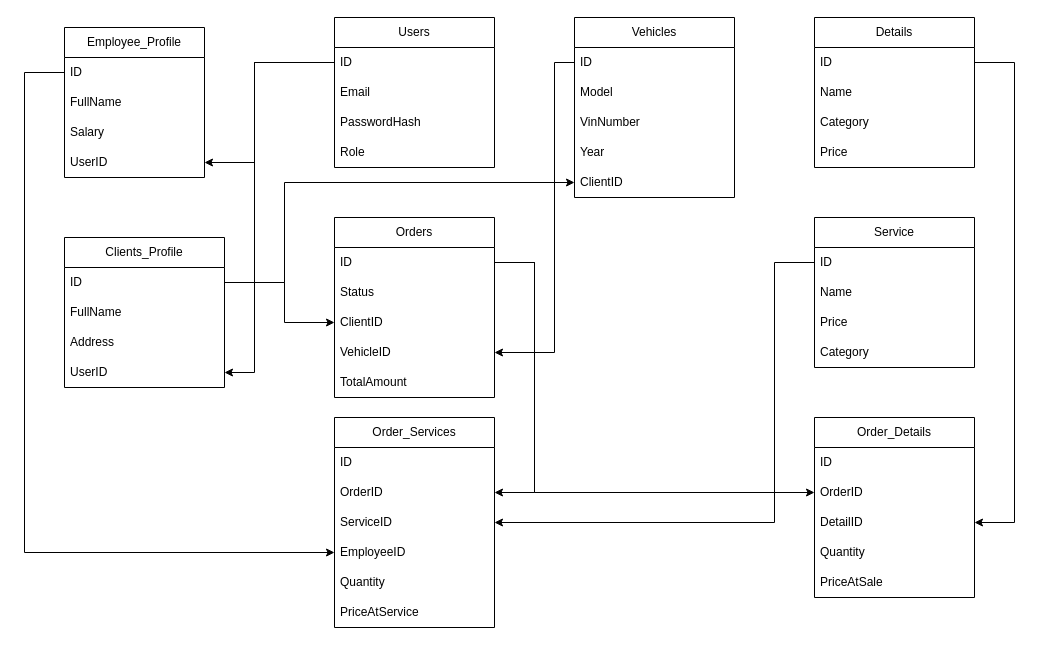
Ilya22865/AutoService keeps this draw.io diagram as DatabaseDiagram.drawio. Above is the earlier version. Source tidied: cells renumbered, new cells numbered last; positions are measured from the earlier drawing's top-left corner, leaving out a move shared by most shapes. Both pictures are drawn from the tidied source at 100%, with x=0, y=0 at pixel (24, 17).
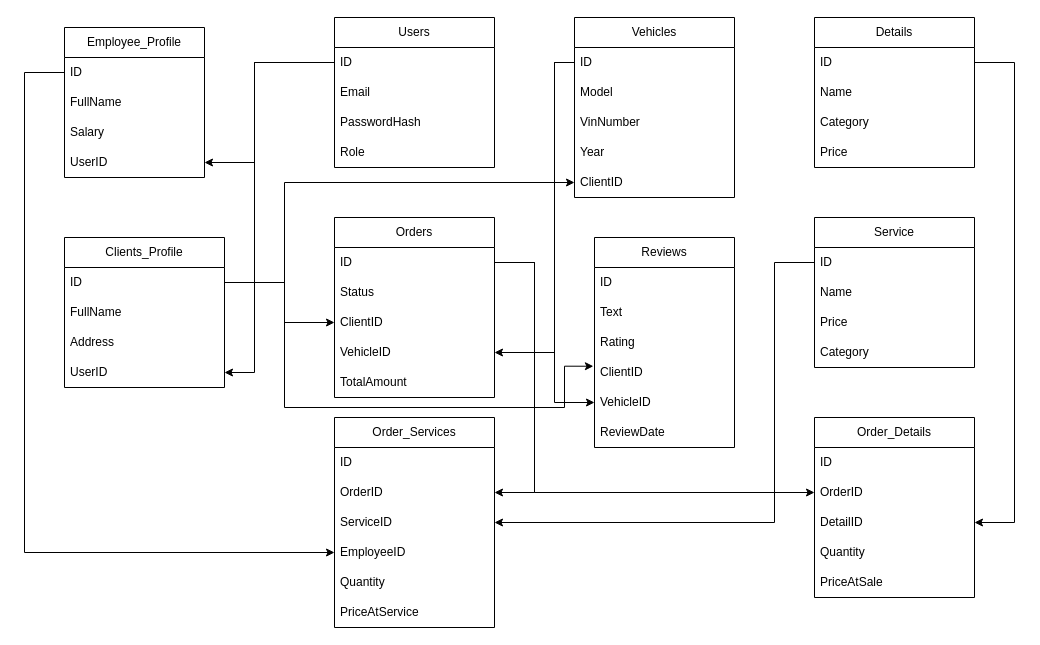
The same page after the edit.

The change refers to these unchanged cells:
```xml
<mxCell id="25" value="ID" style="text;strokeColor=none;fillColor=none;align=left;verticalAlign=middle;spacingLeft=4;spacingRight=4;overflow=hidden;points=[[0,0.5],[1,0.5]];portConstraint=eastwest;whiteSpace=wrap;html=1;" parent="24" vertex="1">
  <mxGeometry y="30" width="160" height="30" as="geometry" />
</mxCell>
<mxCell id="32" value="ID" style="text;strokeColor=none;fillColor=none;align=left;verticalAlign=middle;spacingLeft=4;spacingRight=4;overflow=hidden;points=[[0,0.5],[1,0.5]];portConstraint=eastwest;whiteSpace=wrap;html=1;" parent="31" vertex="1">
  <mxGeometry y="30" width="160" height="30" as="geometry" />
</mxCell>
```

Change to the diagram source:
```diff
@@
+    <mxCell id="62" value="Reviews" style="swimlane;fontStyle=0;horizontal=1;startSize=30;whiteSpace=wrap;html=1;" parent="1" vertex="1">
+      <mxGeometry x="570" y="220" width="140" height="210" as="geometry" />
+    </mxCell>
+    <mxCell id="63" value="ID" style="text;strokeColor=none;fillColor=none;align=left;verticalAlign=middle;spacingLeft=4;spacingRight=4;overflow=hidden;whiteSpace=wrap;html=1;" parent="62" vertex="1">
+      <mxGeometry y="30" width="140" height="30" as="geometry" />
+    </mxCell>
+    <mxCell id="64" value="Text" style="text;strokeColor=none;fillColor=none;align=left;verticalAlign=middle;spacingLeft=4;spacingRight=4;overflow=hidden;whiteSpace=wrap;html=1;" parent="62" vertex="1">
+      <mxGeometry y="60" width="140" height="30" as="geometry" />
+    </mxCell>
+    <mxCell id="65" value="Rating" style="text;strokeColor=none;fillColor=none;align=left;verticalAlign=middle;spacingLeft=4;spacingRight=4;overflow=hidden;whiteSpace=wrap;html=1;" parent="62" vertex="1">
+      <mxGeometry y="90" width="140" height="30" as="geometry" />
+    </mxCell>
+    <mxCell id="66" value="ClientID" style="text;strokeColor=none;fillColor=none;align=left;verticalAlign=middle;spacingLeft=4;spacingRight=4;overflow=hidden;points=[[0,0.5],[1,0.5]];portConstraint=eastwest;whiteSpace=wrap;html=1;" parent="62" vertex="1">
+      <mxGeometry y="120" width="140" height="30" as="geometry" />
+    </mxCell>
+    <mxCell id="67" value="VehicleID" style="text;strokeColor=none;fillColor=none;align=left;verticalAlign=middle;spacingLeft=4;spacingRight=4;overflow=hidden;points=[[0,0.5],[1,0.5]];portConstraint=eastwest;whiteSpace=wrap;html=1;" parent="62" vertex="1">
+      <mxGeometry y="150" width="140" height="30" as="geometry" />
+    </mxCell>
+    <mxCell id="68" value="ReviewDate" style="text;strokeColor=none;fillColor=none;align=left;verticalAlign=middle;spacingLeft=4;spacingRight=4;overflow=hidden;whiteSpace=wrap;html=1;" parent="62" vertex="1">
+      <mxGeometry y="180" width="140" height="30" as="geometry" />
+    </mxCell>
+    <mxCell id="69" style="edgeStyle=orthogonalEdgeStyle;rounded=0;jettySize=auto;html=1;entryX=-0.008;entryY=0.291;entryDx=0;entryDy=0;entryPerimeter=0;" parent="1" edge="1" source="32" target="66">
+      <mxGeometry relative="1" as="geometry">
+        <Array as="points">
+          <mxPoint x="260" y="265" />
+          <mxPoint x="260" y="390" />
+          <mxPoint x="540" y="390" />
+          <mxPoint x="540" y="349" />
+        </Array>
+      </mxGeometry>
+    </mxCell>
+    <mxCell id="70" style="edgeStyle=orthogonalEdgeStyle;rounded=0;jettySize=auto;html=1;entryX=0;entryY=0.5;entryDx=0;entryDy=0;" parent="1" edge="1" source="25" target="67">
+      <mxGeometry relative="1" as="geometry">
+        <Array as="points">
+          <mxPoint x="530" y="45" />
+          <mxPoint x="530" y="385" />
+        </Array>
+      </mxGeometry>
+    </mxCell>
```
